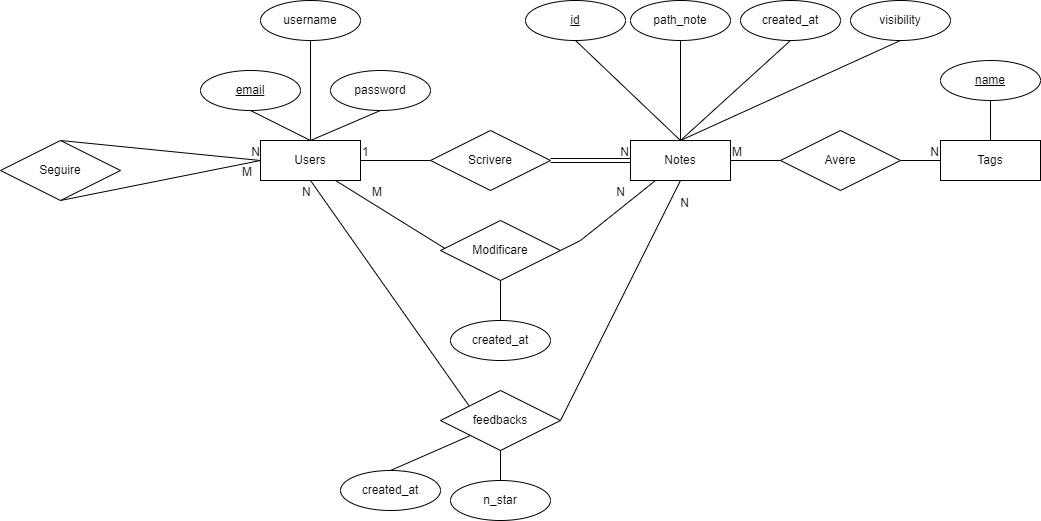
Earlier version of the draw.io export assets/schemas/ER/SchemaER.drawio.png (AngeloRipamonti/5C_RipamontiAvvedutoKotisCinquetti_PortaleAppunti). Source tidied: cells renumbered, new cells last; positions are measured from the earlier drawing's top-left corner, leaving out a move shared by most shapes.
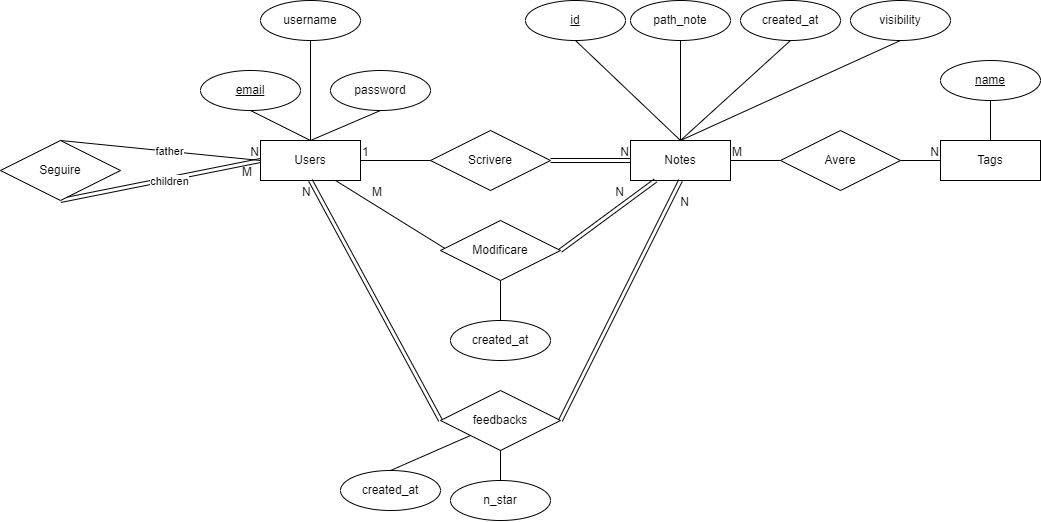
After the change.

The edit, as a diff of the source:
```diff
@@ -59,7 +59,7 @@
     <mxCell id="20" value="Scrivere" style="shape=rhombus;perimeter=rhombusPerimeter;whiteSpace=wrap;html=1;align=center;" parent="1" vertex="1">
       <mxGeometry x="430" y="130" width="120" height="60" as="geometry" />
     </mxCell>
-    <mxCell id="21" style="endArrow=none;html=1;rounded=0;exitX=1;exitY=0.5;exitDx=0;exitDy=0;entryX=0.5;entryY=1;entryDx=0;entryDy=0;" parent="1" edge="1" source="25" target="9">
+    <mxCell id="21" style="endArrow=none;html=1;rounded=0;exitX=1;exitY=0.5;exitDx=0;exitDy=0;entryX=0.5;entryY=1;entryDx=0;entryDy=0;shape=link;" parent="1" edge="1" source="25" target="9">
       <mxGeometry relative="1" as="geometry" />
     </mxCell>
     <mxCell id="22" value="N" style="html=1;whiteSpace=wrap;align=right;verticalAlign=bottom;" parent="21" vertex="1">
@@ -67,7 +67,7 @@
         <mxPoint x="10" y="30" as="offset" />
       </mxGeometry>
     </mxCell>
-    <mxCell id="23" style="endArrow=none;html=1;rounded=0;exitX=0.5;exitY=1;exitDx=0;exitDy=0;entryX=0.5;entryY=1;entryDx=0;entryDy=0;" parent="1" edge="1" source="2" target="25">
+    <mxCell id="23" style="endArrow=none;html=1;rounded=0;exitX=0.5;exitY=1;exitDx=0;exitDy=0;entryX=0;entryY=0.5;entryDx=0;entryDy=0;shape=link;" parent="1" edge="1" source="2" target="25">
       <mxGeometry relative="1" as="geometry" />
     </mxCell>
     <mxCell id="24" value="N" style="html=1;whiteSpace=wrap;align=left;verticalAlign=bottom;" parent="23" vertex="1">
@@ -102,7 +102,10 @@
     <mxCell id="33" value="N" style="html=1;whiteSpace=wrap;align=right;verticalAlign=bottom;" parent="32" vertex="1">
       <mxGeometry x="1" relative="1" as="geometry" />
     </mxCell>
+    <mxCell id="52" value="father" style="edgeLabel;html=1;align=center;verticalAlign=middle;" parent="32" vertex="1">
+      <mxGeometry x="0.09" relative="1" as="geometry" />
+    </mxCell>
-    <mxCell id="34" style="endArrow=none;html=1;rounded=0;entryX=0.5;entryY=1;entryDx=0;entryDy=0;" parent="1" edge="1" target="36">
+    <mxCell id="34" style="endArrow=none;html=1;rounded=0;entryX=0.5;entryY=1;entryDx=0;entryDy=0;shape=link;" parent="1" edge="1" target="36">
       <mxGeometry relative="1" as="geometry">
         <mxPoint x="260" y="160" as="sourcePoint" />
       </mxGeometry>
@@ -112,6 +115,9 @@
         <mxPoint x="-20" y="20" as="offset" />
       </mxGeometry>
     </mxCell>
+    <mxCell id="53" value="children" style="edgeLabel;html=1;align=center;verticalAlign=middle;" parent="34" vertex="1">
+      <mxGeometry x="-0.07" y="2" relative="1" as="geometry" />
+    </mxCell>
     <mxCell id="36" value="Seguire" style="shape=rhombus;perimeter=rhombusPerimeter;whiteSpace=wrap;html=1;align=center;" parent="1" vertex="1">
       <mxGeometry y="140" width="120" height="60" as="geometry" />
     </mxCell>
@@ -139,12 +145,8 @@
     <mxCell id="44" style="endArrow=none;html=1;rounded=0;exitX=0.5;exitY=1;exitDx=0;exitDy=0;entryX=0.5;entryY=0;entryDx=0;entryDy=0;" parent="1" edge="1" source="43" target="37">
       <mxGeometry relative="1" as="geometry" />
     </mxCell>
-    <mxCell id="45" style="endArrow=none;html=1;rounded=0;exitX=1;exitY=0.5;exitDx=0;exitDy=0;entryX=0.25;entryY=1;entryDx=0;entryDy=0;" parent="1" edge="1" source="49" target="9">
-      <mxGeometry relative="1" as="geometry">
-        <Array as="points">
-          <mxPoint x="580" y="240" />
-        </Array>
-      </mxGeometry>
+    <mxCell id="45" style="endArrow=none;html=1;rounded=0;exitX=1;exitY=0.5;exitDx=0;exitDy=0;entryX=0.25;entryY=1;entryDx=0;entryDy=0;shape=link;" parent="1" edge="1" source="49" target="9">
+      <mxGeometry relative="1" as="geometry" />
     </mxCell>
     <mxCell id="46" value="N" style="html=1;whiteSpace=wrap;align=right;verticalAlign=bottom;" parent="45" vertex="1">
       <mxGeometry x="1" relative="1" as="geometry">
```
